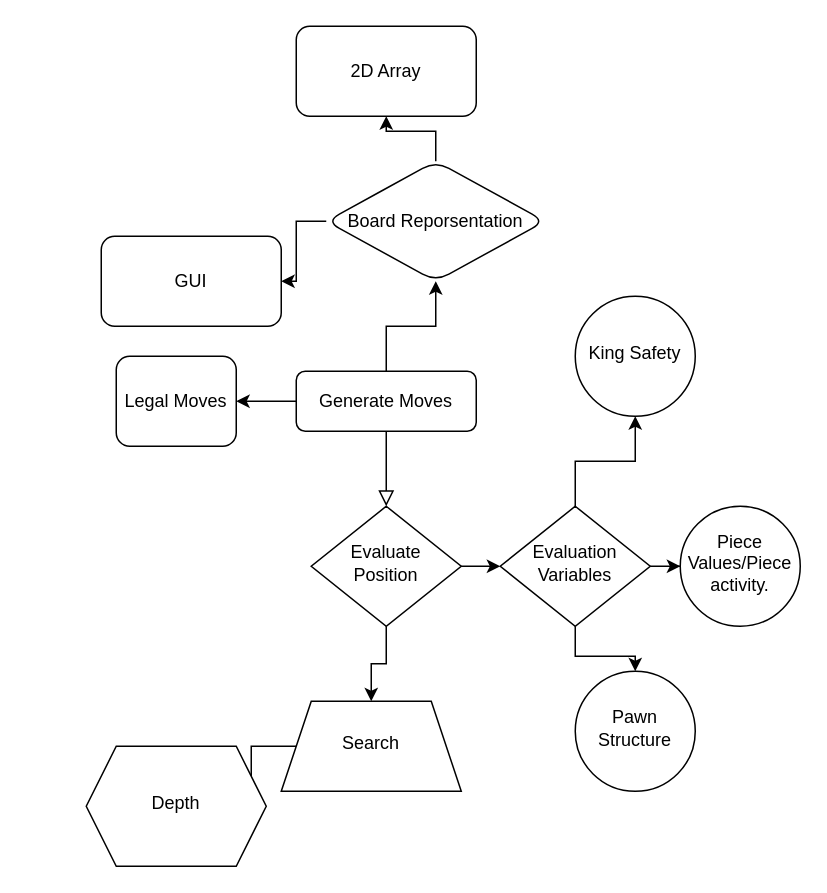
The draw.io diagram Diagram.drawio in otsuliini/FishStock, before the edit. Source tidied: cells renumbered, new cells numbered last; positions are measured from the earlier drawing's top-left corner, leaving out a move shared by most shapes. Both pictures are drawn from the tidied source at 150%, with x=0, y=0 at pixel (86, 26).
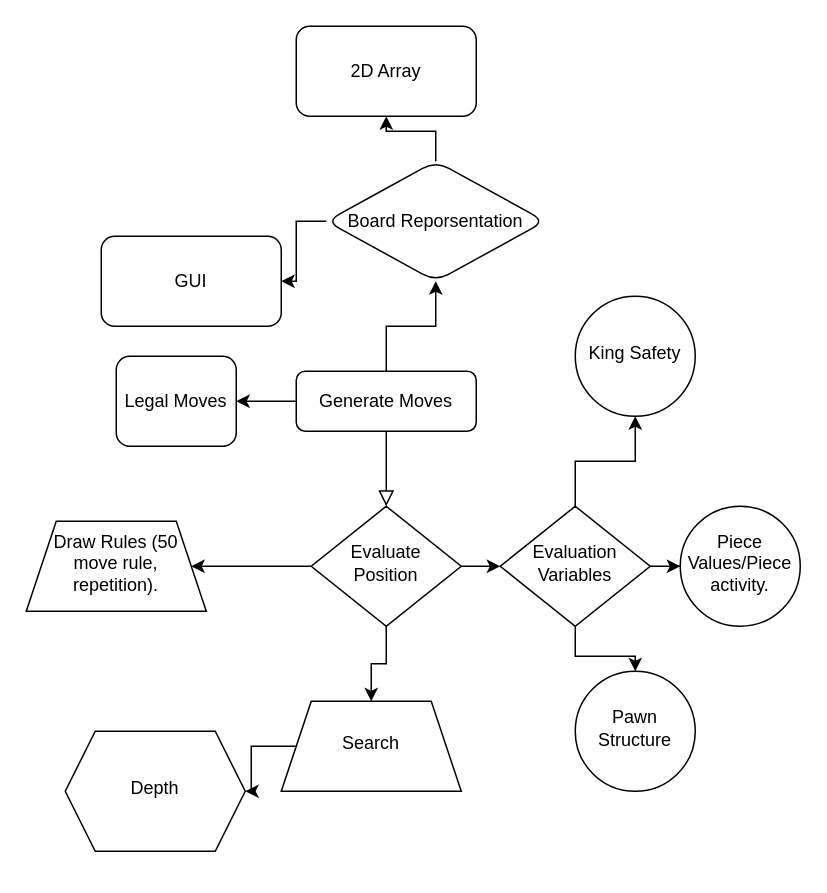
The same page after the edit.

Unchanged cells that the change refers to:
```xml
<mxCell id="8" value="Evaluate Position" style="rhombus;whiteSpace=wrap;html=1;shadow=0;fontFamily=Helvetica;fontSize=12;align=center;strokeWidth=1;spacing=6;spacingTop=-4;" parent="1" vertex="1">
  <mxGeometry x="150" y="320" width="100" height="80" as="geometry" />
</mxCell>
```

The edit, as a diff of the source:
```diff
@@
+    <mxCell id="25" style="edgeStyle=orthogonalEdgeStyle;rounded=0;jettySize=auto;html=1;" parent="1" edge="1" source="8" target="26">
+      <mxGeometry relative="1" as="geometry" />
+    </mxCell>
@@
     <mxCell id="18" value="Depth" style="shape=hexagon;perimeter=hexagonPerimeter2;whiteSpace=wrap;html=1;fixedSize=1;shadow=0;strokeWidth=1;spacing=6;spacingTop=-4;" parent="1" vertex="1">
-      <mxGeometry y="480" width="120" height="80" as="geometry" />
+      <mxGeometry x="-14" y="470" width="120" height="80" as="geometry" />
     </mxCell>
@@
+    <mxCell id="26" value="Draw Rules (50 move rule, repetition)." style="shape=trapezoid;perimeter=trapezoidPerimeter;whiteSpace=wrap;html=1;fixedSize=1;shadow=0;strokeWidth=1;spacing=6;spacingTop=-4;" parent="1" vertex="1">
+      <mxGeometry x="-40" y="330" width="120" height="60" as="geometry" />
+    </mxCell>
```
